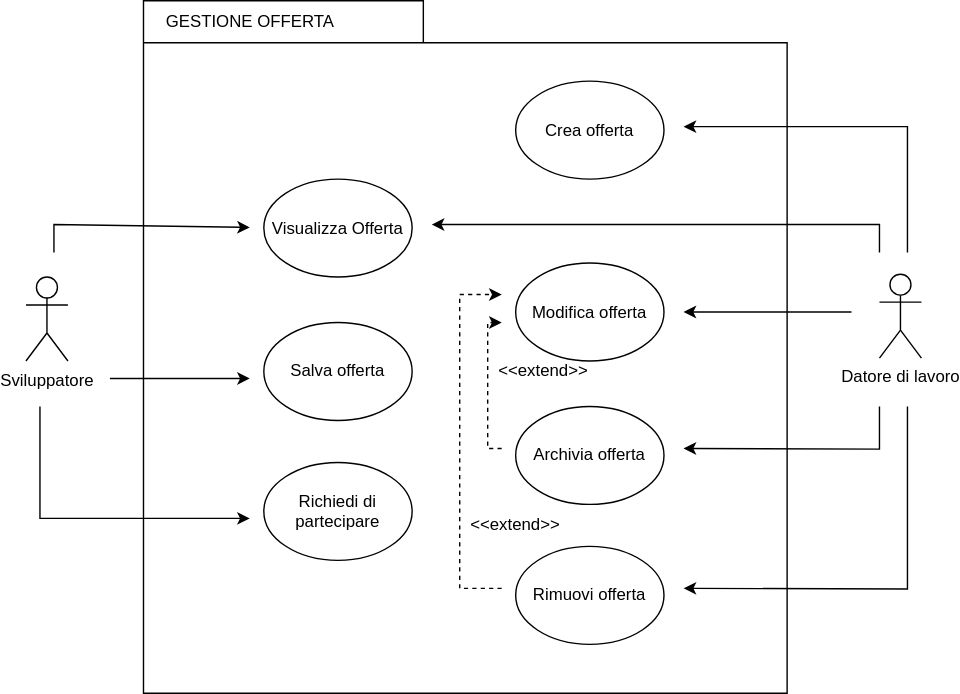
The draw.io diagram Documentazione/Requirement_Analysis_Document/Use_Case_Diagram/UCD_GO.svg in JacopoPassariello/TuringCareers, before a commit. Source tidied: cells renumbered, new cells last; positions are measured from the earlier drawing's top-left corner, leaving out a move shared by most shapes.
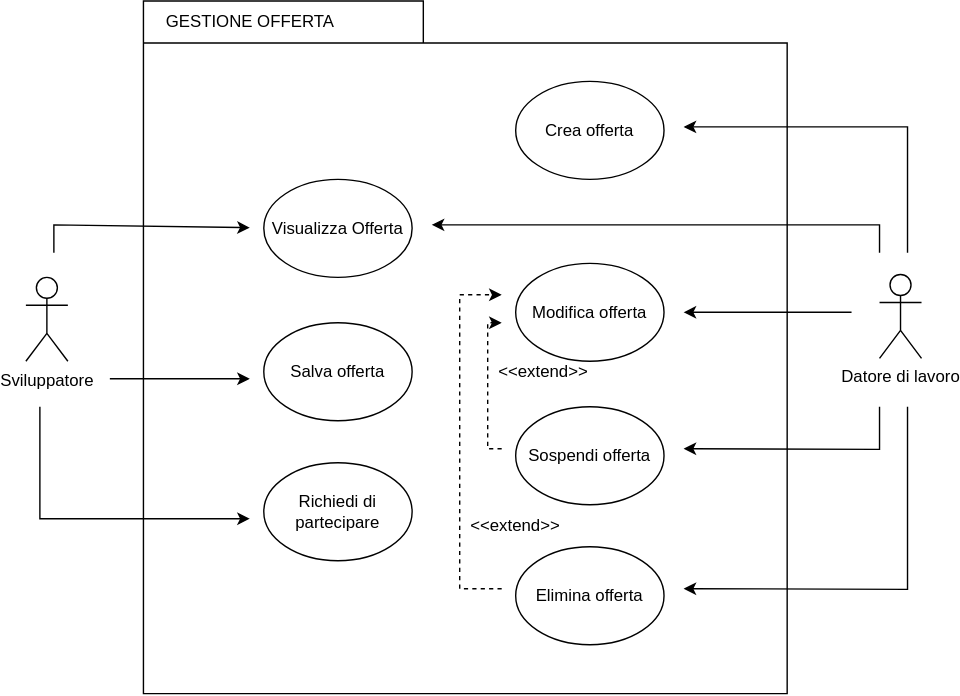
After the change.

Diff of the diagram source:
```diff
@@ -32,7 +32,7 @@
         </Array>
       </mxGeometry>
     </mxCell>
-    <mxCell id="10" value="Rimuovi offerta" style="ellipse;whiteSpace=wrap;html=1;" parent="1" vertex="1">
+    <mxCell id="10" value="Elimina offerta" style="ellipse;whiteSpace=wrap;html=1;" parent="1" vertex="1">
       <mxGeometry x="350" y="390" width="106" height="70" as="geometry" />
     </mxCell>
     <mxCell id="11" style="endArrow=classic;html=1;rounded=0;" parent="1" edge="1">
@@ -83,7 +83,7 @@
         <mxPoint x="160" y="270" as="targetPoint" />
       </mxGeometry>
     </mxCell>
-    <mxCell id="18" value="Archivia offerta" style="ellipse;whiteSpace=wrap;html=1;" parent="1" vertex="1">
+    <mxCell id="18" value="Sospendi offerta" style="ellipse;whiteSpace=wrap;html=1;" parent="1" vertex="1">
       <mxGeometry x="350" y="290" width="106" height="70" as="geometry" />
     </mxCell>
     <mxCell id="19" style="endArrow=classic;html=1;rounded=0;endFill=1;" parent="1" edge="1">
```
